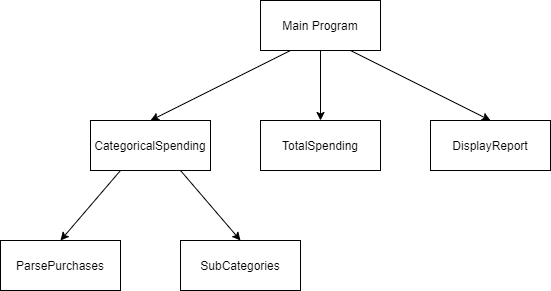
The draw.io diagram Architectural styles/Language-based Systems/Subroutine Example.png in smitbmx/Architecture-Diagrams, before a commit. Source tidied: cells renumbered, new cells last; positions are measured from the earlier drawing's top-left corner, leaving out a move shared by most shapes.
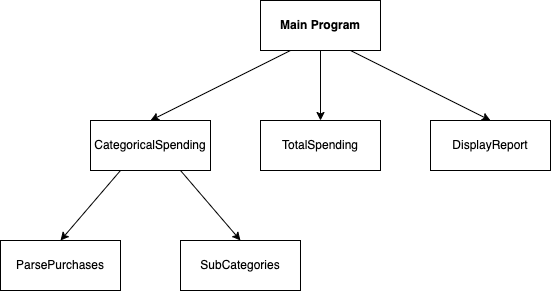
Later version of the same file.

Change to the diagram source:
```diff
@@ -2,7 +2,7 @@
   <root>
     <mxCell id="0" />
     <mxCell id="1" parent="0" />
-    <mxCell id="2" value="Main Program" style="rounded=0;whiteSpace=wrap;html=1;" parent="1" vertex="1">
+    <mxCell id="2" value="Main Program" style="rounded=0;whiteSpace=wrap;html=1;fontStyle=1;" parent="1" vertex="1">
       <mxGeometry x="260" width="120" height="50" as="geometry" />
     </mxCell>
     <mxCell id="3" value="TotalSpending" style="rounded=0;whiteSpace=wrap;html=1;" parent="1" vertex="1">
```
